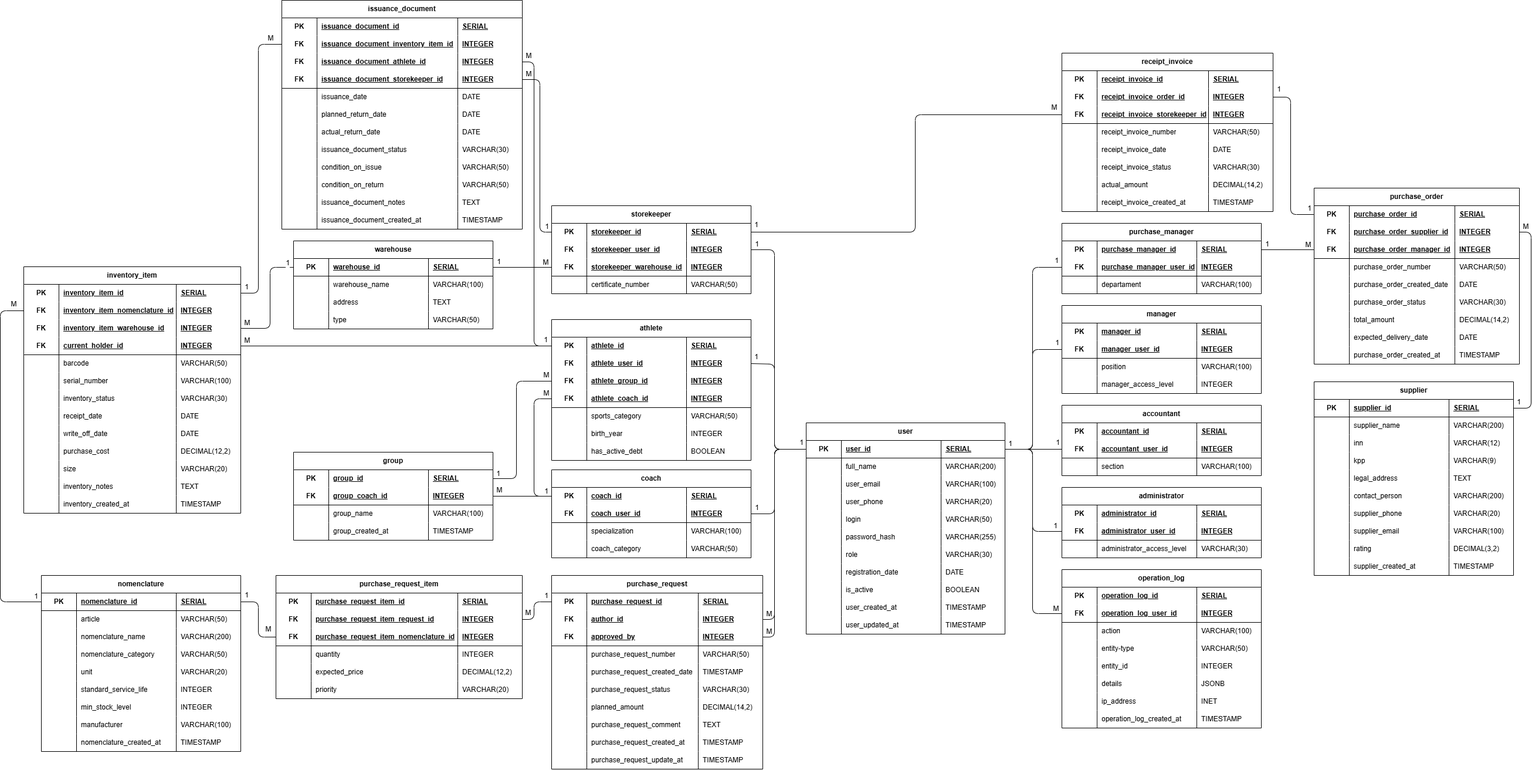
n1kpavlov/RTU_MIREA_software_engineering keeps this draw.io diagram as 6_semester/Автоматизированные системы управления элементами промышленных и административных объектов/ПР7/ER-диаграмма.png. Above is the earlier version. Source tidied: cells renumbered, new cells last; positions are measured from the earlier drawing's top-left corner, leaving out a move shared by most shapes.
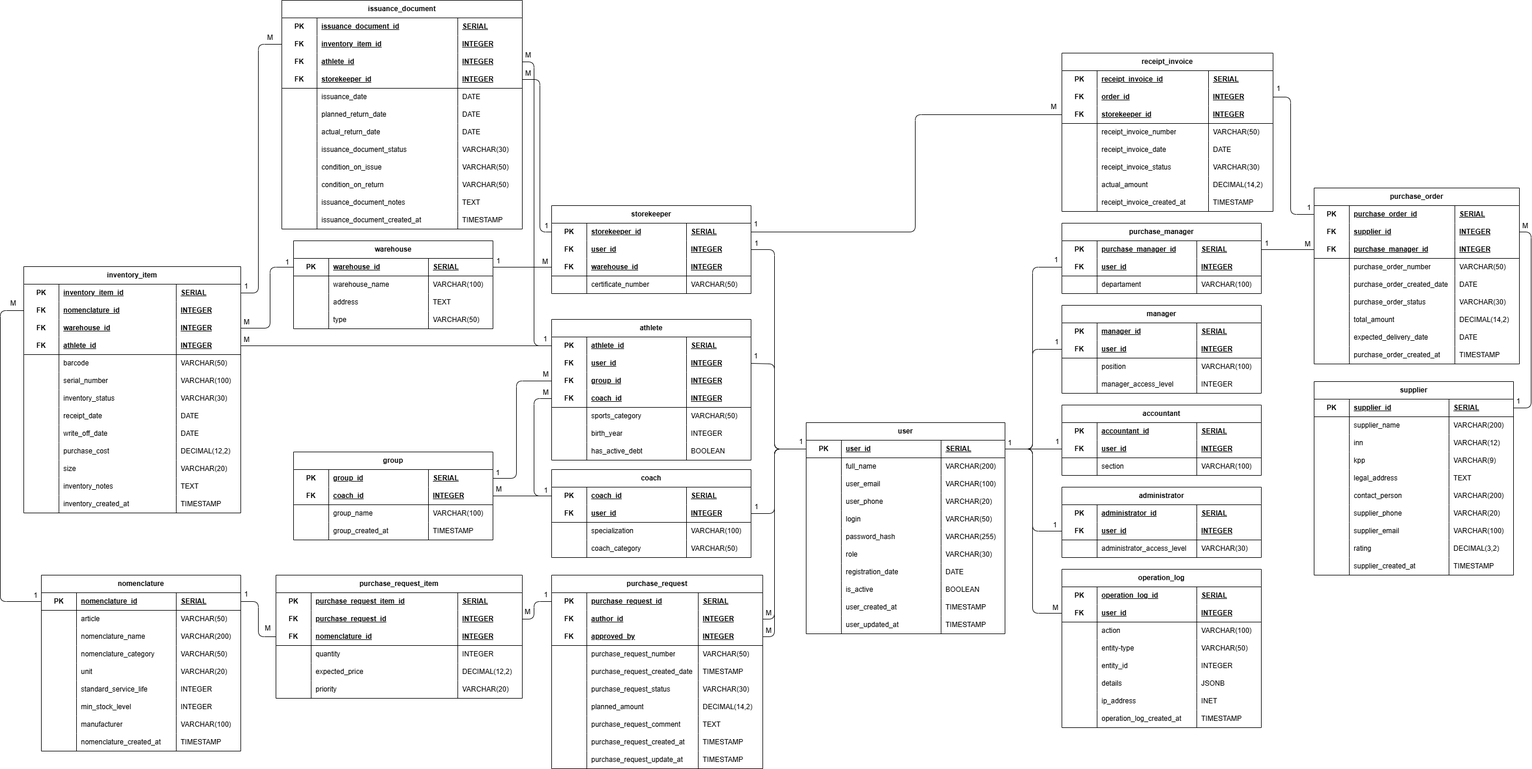
Later version of the same file.

The edit, as a diff of the source:
```diff
@@ -160,3 +160,3 @@
     </mxCell>
-    <mxCell id="54" value="&lt;span style=&quot;text-align: center;&quot;&gt;athlete_&lt;/span&gt;user_id" style="shape=partialRectangle;fillColor=none;top=0;left=0;bottom=0;right=0;align=left;spacingLeft=6;fontStyle=5;overflow=hidden;html=1;whiteSpace=wrap;" parent="52" vertex="1">
+    <mxCell id="54" value="user_id" style="shape=partialRectangle;fillColor=none;top=0;left=0;bottom=0;right=0;align=left;spacingLeft=6;fontStyle=5;overflow=hidden;html=1;whiteSpace=wrap;" parent="52" vertex="1">
       <mxGeometry x="60" width="170" height="30" as="geometry" />
@@ -172,3 +172,3 @@
     </mxCell>
-    <mxCell id="58" value="&lt;span style=&quot;text-align: center;&quot;&gt;athlete_&lt;/span&gt;group_id" style="shape=partialRectangle;fillColor=none;top=0;left=0;bottom=0;right=0;align=left;spacingLeft=6;fontStyle=5;overflow=hidden;html=1;whiteSpace=wrap;" parent="56" vertex="1">
+    <mxCell id="58" value="group_id" style="shape=partialRectangle;fillColor=none;top=0;left=0;bottom=0;right=0;align=left;spacingLeft=6;fontStyle=5;overflow=hidden;html=1;whiteSpace=wrap;" parent="56" vertex="1">
       <mxGeometry x="60" width="170" height="30" as="geometry" />
@@ -184,3 +184,3 @@
     </mxCell>
-    <mxCell id="62" value="&lt;span style=&quot;text-align: center;&quot;&gt;athlete_&lt;/span&gt;coach_id" style="shape=partialRectangle;fillColor=none;top=0;left=0;bottom=0;right=0;align=left;spacingLeft=6;fontStyle=5;overflow=hidden;html=1;whiteSpace=wrap;" parent="60" vertex="1">
+    <mxCell id="62" value="coach_id" style="shape=partialRectangle;fillColor=none;top=0;left=0;bottom=0;right=0;align=left;spacingLeft=6;fontStyle=5;overflow=hidden;html=1;whiteSpace=wrap;" parent="60" vertex="1">
       <mxGeometry x="60" width="170" height="30" as="geometry" />
@@ -247,3 +247,3 @@
     </mxCell>
-    <mxCell id="83" value="&lt;span style=&quot;text-align: center;&quot;&gt;coach_&lt;/span&gt;user_id" style="shape=partialRectangle;fillColor=none;top=0;left=0;bottom=0;right=0;align=left;spacingLeft=6;fontStyle=5;overflow=hidden;html=1;whiteSpace=wrap;" parent="81" vertex="1">
+    <mxCell id="83" value="user_id" style="shape=partialRectangle;fillColor=none;top=0;left=0;bottom=0;right=0;align=left;spacingLeft=6;fontStyle=5;overflow=hidden;html=1;whiteSpace=wrap;" parent="81" vertex="1">
       <mxGeometry x="60" width="170" height="30" as="geometry" />
@@ -298,3 +298,3 @@
     </mxCell>
-    <mxCell id="100" value="&lt;span style=&quot;text-align: center;&quot;&gt;storekeeper_&lt;/span&gt;user_id" style="shape=partialRectangle;fillColor=none;top=0;left=0;bottom=0;right=0;align=left;spacingLeft=6;fontStyle=5;overflow=hidden;html=1;whiteSpace=wrap;" parent="98" vertex="1">
+    <mxCell id="100" value="user_id" style="shape=partialRectangle;fillColor=none;top=0;left=0;bottom=0;right=0;align=left;spacingLeft=6;fontStyle=5;overflow=hidden;html=1;whiteSpace=wrap;" parent="98" vertex="1">
       <mxGeometry x="60" width="170" height="30" as="geometry" />
@@ -310,3 +310,3 @@
     </mxCell>
-    <mxCell id="104" value="&lt;span style=&quot;text-align: center;&quot;&gt;storekeeper_&lt;/span&gt;warehouse_id" style="shape=partialRectangle;fillColor=none;top=0;left=0;bottom=0;right=0;align=left;spacingLeft=6;fontStyle=5;overflow=hidden;html=1;whiteSpace=wrap;" parent="102" vertex="1">
+    <mxCell id="104" value="warehouse_id" style="shape=partialRectangle;fillColor=none;top=0;left=0;bottom=0;right=0;align=left;spacingLeft=6;fontStyle=5;overflow=hidden;html=1;whiteSpace=wrap;" parent="102" vertex="1">
       <mxGeometry x="60" width="170" height="30" as="geometry" />
@@ -349,3 +349,3 @@
     </mxCell>
-    <mxCell id="117" value="&lt;span style=&quot;text-align: center;&quot;&gt;purchase_manager_&lt;/span&gt;user_id" style="shape=partialRectangle;fillColor=none;top=0;left=0;bottom=0;right=0;align=left;spacingLeft=6;fontStyle=5;overflow=hidden;html=1;whiteSpace=wrap;" parent="115" vertex="1">
+    <mxCell id="117" value="user_id" style="shape=partialRectangle;fillColor=none;top=0;left=0;bottom=0;right=0;align=left;spacingLeft=6;fontStyle=5;overflow=hidden;html=1;whiteSpace=wrap;" parent="115" vertex="1">
       <mxGeometry x="60" width="170" height="30" as="geometry" />
@@ -388,3 +388,3 @@
     </mxCell>
-    <mxCell id="130" value="manager_user_id" style="shape=partialRectangle;fillColor=none;top=0;left=0;bottom=0;right=0;align=left;spacingLeft=6;fontStyle=5;overflow=hidden;html=1;whiteSpace=wrap;" parent="128" vertex="1">
+    <mxCell id="130" value="user_id" style="shape=partialRectangle;fillColor=none;top=0;left=0;bottom=0;right=0;align=left;spacingLeft=6;fontStyle=5;overflow=hidden;html=1;whiteSpace=wrap;" parent="128" vertex="1">
       <mxGeometry x="60" width="170" height="30" as="geometry" />
@@ -439,3 +439,3 @@
     </mxCell>
-    <mxCell id="147" value="accountant_user_id" style="shape=partialRectangle;fillColor=none;top=0;left=0;bottom=0;right=0;align=left;spacingLeft=6;fontStyle=5;overflow=hidden;html=1;whiteSpace=wrap;" parent="145" vertex="1">
+    <mxCell id="147" value="user_id" style="shape=partialRectangle;fillColor=none;top=0;left=0;bottom=0;right=0;align=left;spacingLeft=6;fontStyle=5;overflow=hidden;html=1;whiteSpace=wrap;" parent="145" vertex="1">
       <mxGeometry x="60" width="170" height="30" as="geometry" />
@@ -478,3 +478,3 @@
     </mxCell>
-    <mxCell id="160" value="administrator_user_id" style="shape=partialRectangle;fillColor=none;top=0;left=0;bottom=0;right=0;align=left;spacingLeft=6;fontStyle=5;overflow=hidden;html=1;whiteSpace=wrap;" parent="158" vertex="1">
+    <mxCell id="160" value="user_id" style="shape=partialRectangle;fillColor=none;top=0;left=0;bottom=0;right=0;align=left;spacingLeft=6;fontStyle=5;overflow=hidden;html=1;whiteSpace=wrap;" parent="158" vertex="1">
       <mxGeometry x="60" width="170" height="30" as="geometry" />
@@ -517,3 +517,3 @@
     </mxCell>
-    <mxCell id="173" value="&lt;span style=&quot;text-align: center;&quot;&gt;group_&lt;/span&gt;coach_id" style="shape=partialRectangle;fillColor=none;top=0;left=0;bottom=0;right=0;align=left;spacingLeft=6;fontStyle=5;overflow=hidden;html=1;whiteSpace=wrap;" parent="171" vertex="1">
+    <mxCell id="173" value="coach_id" style="shape=partialRectangle;fillColor=none;top=0;left=0;bottom=0;right=0;align=left;spacingLeft=6;fontStyle=5;overflow=hidden;html=1;whiteSpace=wrap;" parent="171" vertex="1">
       <mxGeometry x="60" width="170" height="30" as="geometry" />
@@ -976,3 +976,3 @@
     </mxCell>
-    <mxCell id="326" value="&lt;span style=&quot;text-align: center;&quot;&gt;purchase_request_item_&lt;/span&gt;request_id" style="shape=partialRectangle;fillColor=none;top=0;left=0;bottom=0;right=0;align=left;spacingLeft=6;fontStyle=5;overflow=hidden;html=1;whiteSpace=wrap;" parent="324" vertex="1">
+    <mxCell id="326" value="&lt;span style=&quot;text-align: center;&quot;&gt;purchase_&lt;/span&gt;request_id" style="shape=partialRectangle;fillColor=none;top=0;left=0;bottom=0;right=0;align=left;spacingLeft=6;fontStyle=5;overflow=hidden;html=1;whiteSpace=wrap;" parent="324" vertex="1">
       <mxGeometry x="60" width="250" height="30" as="geometry" />
@@ -988,3 +988,3 @@
     </mxCell>
-    <mxCell id="330" value="&lt;span style=&quot;text-align: center;&quot;&gt;purchase_request_item_&lt;/span&gt;nomenclature_id" style="shape=partialRectangle;fillColor=none;top=0;left=0;bottom=0;right=0;align=left;spacingLeft=6;fontStyle=5;overflow=hidden;html=1;whiteSpace=wrap;" parent="328" vertex="1">
+    <mxCell id="330" value="nomenclature_id" style="shape=partialRectangle;fillColor=none;top=0;left=0;bottom=0;right=0;align=left;spacingLeft=6;fontStyle=5;overflow=hidden;html=1;whiteSpace=wrap;" parent="328" vertex="1">
       <mxGeometry x="60" width="250" height="30" as="geometry" />
@@ -1051,3 +1051,3 @@
     </mxCell>
-    <mxCell id="351" value="&lt;span style=&quot;text-align: center;&quot;&gt;purchase_order_&lt;/span&gt;supplier_id" style="shape=partialRectangle;fillColor=none;top=0;left=0;bottom=0;right=0;align=left;spacingLeft=6;fontStyle=5;overflow=hidden;html=1;whiteSpace=wrap;" parent="349" vertex="1">
+    <mxCell id="351" value="supplier_id" style="shape=partialRectangle;fillColor=none;top=0;left=0;bottom=0;right=0;align=left;spacingLeft=6;fontStyle=5;overflow=hidden;html=1;whiteSpace=wrap;" parent="349" vertex="1">
       <mxGeometry x="60" width="180" height="30" as="geometry" />
@@ -1063,3 +1063,3 @@
     </mxCell>
-    <mxCell id="355" value="&lt;span style=&quot;text-align: center;&quot;&gt;purchase_order_&lt;/span&gt;manager_id" style="shape=partialRectangle;fillColor=none;top=0;left=0;bottom=0;right=0;align=left;spacingLeft=6;fontStyle=5;overflow=hidden;html=1;whiteSpace=wrap;" parent="353" vertex="1">
+    <mxCell id="355" value="&lt;span style=&quot;text-align: center;&quot;&gt;purchase_&lt;/span&gt;manager_id" style="shape=partialRectangle;fillColor=none;top=0;left=0;bottom=0;right=0;align=left;spacingLeft=6;fontStyle=5;overflow=hidden;html=1;whiteSpace=wrap;" parent="353" vertex="1">
       <mxGeometry x="60" width="180" height="30" as="geometry" />
@@ -1162,3 +1162,3 @@
     </mxCell>
-    <mxCell id="388" value="&lt;span style=&quot;text-align: center;&quot;&gt;inventory_item_&lt;/span&gt;nomenclature_id" style="shape=partialRectangle;fillColor=none;top=0;left=0;bottom=0;right=0;align=left;spacingLeft=6;fontStyle=5;overflow=hidden;html=1;whiteSpace=wrap;" parent="386" vertex="1">
+    <mxCell id="388" value="nomenclature_id" style="shape=partialRectangle;fillColor=none;top=0;left=0;bottom=0;right=0;align=left;spacingLeft=6;fontStyle=5;overflow=hidden;html=1;whiteSpace=wrap;" parent="386" vertex="1">
       <mxGeometry x="60" width="200" height="30" as="geometry" />
@@ -1174,3 +1174,3 @@
     </mxCell>
-    <mxCell id="392" value="&lt;span style=&quot;text-align: center;&quot;&gt;inventory_item_&lt;/span&gt;warehouse_id" style="shape=partialRectangle;fillColor=none;top=0;left=0;bottom=0;right=0;align=left;spacingLeft=6;fontStyle=5;overflow=hidden;html=1;whiteSpace=wrap;" parent="390" vertex="1">
+    <mxCell id="392" value="warehouse_id" style="shape=partialRectangle;fillColor=none;top=0;left=0;bottom=0;right=0;align=left;spacingLeft=6;fontStyle=5;overflow=hidden;html=1;whiteSpace=wrap;" parent="390" vertex="1">
       <mxGeometry x="60" width="200" height="30" as="geometry" />
@@ -1186,3 +1186,3 @@
     </mxCell>
-    <mxCell id="396" value="current_holder_id" style="shape=partialRectangle;fillColor=none;top=0;left=0;bottom=0;right=0;align=left;spacingLeft=6;fontStyle=5;overflow=hidden;html=1;whiteSpace=wrap;" parent="394" vertex="1">
+    <mxCell id="396" value="athlete_id" style="shape=partialRectangle;fillColor=none;top=0;left=0;bottom=0;right=0;align=left;spacingLeft=6;fontStyle=5;overflow=hidden;html=1;whiteSpace=wrap;" parent="394" vertex="1">
       <mxGeometry x="60" width="200" height="30" as="geometry" />
@@ -1321,3 +1321,3 @@
     </mxCell>
-    <mxCell id="441" value="&lt;span style=&quot;text-align: center;&quot;&gt;receipt_invoice_&lt;/span&gt;order_id" style="shape=partialRectangle;fillColor=none;top=0;left=0;bottom=0;right=0;align=left;spacingLeft=6;fontStyle=5;overflow=hidden;html=1;whiteSpace=wrap;" parent="439" vertex="1">
+    <mxCell id="441" value="order_id" style="shape=partialRectangle;fillColor=none;top=0;left=0;bottom=0;right=0;align=left;spacingLeft=6;fontStyle=5;overflow=hidden;html=1;whiteSpace=wrap;" parent="439" vertex="1">
       <mxGeometry x="60" width="190" height="30" as="geometry" />
@@ -1333,3 +1333,3 @@
     </mxCell>
-    <mxCell id="445" value="&lt;span style=&quot;text-align: center;&quot;&gt;receipt_invoice_&lt;/span&gt;storekeeper_id" style="shape=partialRectangle;fillColor=none;top=0;left=0;bottom=0;right=0;align=left;spacingLeft=6;fontStyle=5;overflow=hidden;html=1;whiteSpace=wrap;" parent="443" vertex="1">
+    <mxCell id="445" value="storekeeper_id" style="shape=partialRectangle;fillColor=none;top=0;left=0;bottom=0;right=0;align=left;spacingLeft=6;fontStyle=5;overflow=hidden;html=1;whiteSpace=wrap;" parent="443" vertex="1">
       <mxGeometry x="60" width="190" height="30" as="geometry" />
@@ -1420,3 +1420,3 @@
     </mxCell>
-    <mxCell id="474" value="&lt;span style=&quot;text-align: center;&quot;&gt;issuance_document_&lt;/span&gt;inventory_item_id" style="shape=partialRectangle;fillColor=none;top=0;left=0;bottom=0;right=0;align=left;spacingLeft=6;fontStyle=5;overflow=hidden;html=1;whiteSpace=wrap;" parent="472" vertex="1">
+    <mxCell id="474" value="inventory_item_id" style="shape=partialRectangle;fillColor=none;top=0;left=0;bottom=0;right=0;align=left;spacingLeft=6;fontStyle=5;overflow=hidden;html=1;whiteSpace=wrap;" parent="472" vertex="1">
       <mxGeometry x="60" width="240" height="30" as="geometry" />
@@ -1432,3 +1432,3 @@
     </mxCell>
-    <mxCell id="478" value="&lt;span style=&quot;text-align: center;&quot;&gt;issuance_document_&lt;/span&gt;athlete_id" style="shape=partialRectangle;fillColor=none;top=0;left=0;bottom=0;right=0;align=left;spacingLeft=6;fontStyle=5;overflow=hidden;html=1;whiteSpace=wrap;" parent="476" vertex="1">
+    <mxCell id="478" value="athlete_id" style="shape=partialRectangle;fillColor=none;top=0;left=0;bottom=0;right=0;align=left;spacingLeft=6;fontStyle=5;overflow=hidden;html=1;whiteSpace=wrap;" parent="476" vertex="1">
       <mxGeometry x="60" width="240" height="30" as="geometry" />
@@ -1444,3 +1444,3 @@
     </mxCell>
-    <mxCell id="482" value="&lt;span style=&quot;text-align: center;&quot;&gt;issuance_document_&lt;/span&gt;storekeeper_id" style="shape=partialRectangle;fillColor=none;top=0;left=0;bottom=0;right=0;align=left;spacingLeft=6;fontStyle=5;overflow=hidden;html=1;whiteSpace=wrap;" parent="480" vertex="1">
+    <mxCell id="482" value="storekeeper_id" style="shape=partialRectangle;fillColor=none;top=0;left=0;bottom=0;right=0;align=left;spacingLeft=6;fontStyle=5;overflow=hidden;html=1;whiteSpace=wrap;" parent="480" vertex="1">
       <mxGeometry x="60" width="240" height="30" as="geometry" />
@@ -1567,3 +1567,3 @@
     </mxCell>
-    <mxCell id="523" value="operation_log_user_id" style="shape=partialRectangle;fillColor=none;top=0;left=0;bottom=0;right=0;align=left;spacingLeft=6;fontStyle=5;overflow=hidden;html=1;whiteSpace=wrap;" parent="521" vertex="1">
+    <mxCell id="523" value="user_id" style="shape=partialRectangle;fillColor=none;top=0;left=0;bottom=0;right=0;align=left;spacingLeft=6;fontStyle=5;overflow=hidden;html=1;whiteSpace=wrap;" parent="521" vertex="1">
       <mxGeometry x="60" width="170" height="30" as="geometry" />
```
